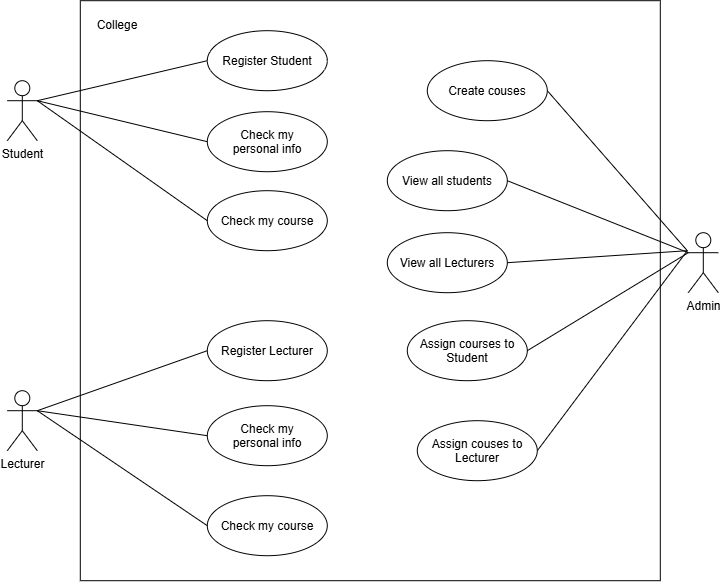
Earlier version of the draw.io export week5/activity1/UD.png (osy0602/pse). Source tidied: cells renumbered, new cells last; positions are measured from the earlier drawing's top-left corner, leaving out a move shared by most shapes.
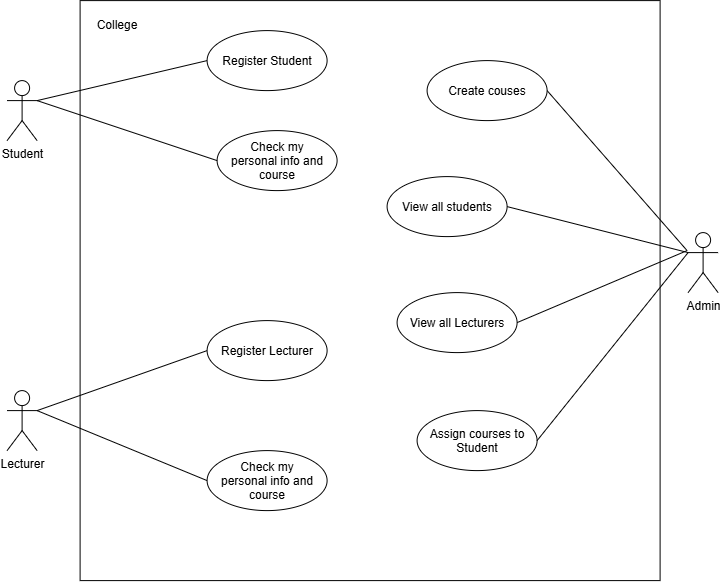
After the commit.

Diff of the diagram source:
```diff
@@ -8,18 +8,12 @@
     <mxCell id="3" style="edgeStyle=none;rounded=0;jettySize=auto;html=1;exitX=1;exitY=0.3333333333333333;exitDx=0;exitDy=0;exitPerimeter=0;entryX=0;entryY=0.5;entryDx=0;entryDy=0;endArrow=none;endFill=0;" parent="1" edge="1" source="5" target="13">
       <mxGeometry relative="1" as="geometry" />
     </mxCell>
-    <mxCell id="4" style="edgeStyle=none;rounded=0;jettySize=auto;html=1;exitX=1;exitY=0.3333333333333333;exitDx=0;exitDy=0;exitPerimeter=0;entryX=0;entryY=0.5;entryDx=0;entryDy=0;endArrow=none;endFill=0;" parent="1" edge="1" source="5" target="15">
-      <mxGeometry relative="1" as="geometry" />
-    </mxCell>
     <mxCell id="5" value="Student" style="shape=umlActor;verticalLabelPosition=bottom;verticalAlign=top;html=1;outlineConnect=0;" parent="1" vertex="1">
       <mxGeometry y="80" width="30" height="60" as="geometry" />
     </mxCell>
     <mxCell id="6" style="edgeStyle=none;rounded=0;jettySize=auto;html=1;exitX=1;exitY=0.3333333333333333;exitDx=0;exitDy=0;exitPerimeter=0;entryX=0;entryY=0.5;entryDx=0;entryDy=0;endArrow=none;endFill=0;" parent="1" edge="1" source="9" target="14">
       <mxGeometry relative="1" as="geometry" />
     </mxCell>
-    <mxCell id="7" style="edgeStyle=none;rounded=0;jettySize=auto;html=1;exitX=1;exitY=0.3333333333333333;exitDx=0;exitDy=0;exitPerimeter=0;entryX=0;entryY=0.5;entryDx=0;entryDy=0;endArrow=none;endFill=0;" parent="1" edge="1" source="9" target="16">
-      <mxGeometry relative="1" as="geometry" />
-    </mxCell>
     <mxCell id="8" style="edgeStyle=none;rounded=0;jettySize=auto;html=1;exitX=1;exitY=0.3333333333333333;exitDx=0;exitDy=0;exitPerimeter=0;entryX=0;entryY=0.5;entryDx=0;entryDy=0;endArrow=none;endFill=0;" parent="1" edge="1" source="9" target="23">
       <mxGeometry relative="1" as="geometry" />
     </mxCell>
@@ -41,34 +35,20 @@
     <mxCell id="14" value="Register Lecturer" style="ellipse;whiteSpace=wrap;html=1;shapeInside=1;" parent="1" vertex="1">
       <mxGeometry x="200" y="320" width="120" height="60" as="geometry" />
     </mxCell>
-    <mxCell id="15" value="Check my personal info" style="ellipse;whiteSpace=wrap;html=1;shapeInside=1;" parent="1" vertex="1">
-      <mxGeometry x="200" y="111" width="120" height="60" as="geometry" />
-    </mxCell>
-    <mxCell id="16" value="Check my personal info" style="ellipse;whiteSpace=wrap;html=1;shapeInside=1;" parent="1" vertex="1">
-      <mxGeometry x="200" y="405" width="120" height="60" as="geometry" />
-    </mxCell>
-    <mxCell id="17" value="Check my course" style="ellipse;whiteSpace=wrap;html=1;shapeInside=1;" parent="1" vertex="1">
-      <mxGeometry x="200" y="190" width="120" height="60" as="geometry" />
+    <mxCell id="17" value="Check my personal info and course" style="ellipse;whiteSpace=wrap;html=1;shapeInside=1;" parent="1" vertex="1">
+      <mxGeometry x="210" y="130" width="120" height="60" as="geometry" />
     </mxCell>
     <mxCell id="18" value="Assign courses to Student" style="ellipse;whiteSpace=wrap;html=1;shapeInside=1;" parent="1" vertex="1">
-      <mxGeometry x="400" y="320" width="120" height="60" as="geometry" />
+      <mxGeometry x="410" y="410" width="120" height="60" as="geometry" />
     </mxCell>
-    <mxCell id="19" style="rounded=0;jettySize=auto;html=1;exitX=1;exitY=0.5;exitDx=0;exitDy=0;endArrow=none;endFill=0;" parent="1" edge="1" source="20">
-      <mxGeometry relative="1" as="geometry">
-        <mxPoint x="680" y="250" as="targetPoint" />
-      </mxGeometry>
-    </mxCell>
-    <mxCell id="20" value="Assign couses to Lecturer" style="ellipse;whiteSpace=wrap;html=1;shapeInside=1;" parent="1" vertex="1">
-      <mxGeometry x="410" y="420" width="120" height="60" as="geometry" />
-    </mxCell>
     <mxCell id="21" style="rounded=0;jettySize=auto;html=1;exitX=1;exitY=0.5;exitDx=0;exitDy=0;entryX=0;entryY=0.3333333333333333;entryDx=0;entryDy=0;entryPerimeter=0;endArrow=none;endFill=0;" parent="1" edge="1" source="18" target="11">
       <mxGeometry relative="1" as="geometry" />
     </mxCell>
     <mxCell id="22" style="edgeStyle=none;rounded=0;jettySize=auto;html=1;exitX=0;exitY=0.5;exitDx=0;exitDy=0;entryX=1;entryY=0.3333333333333333;entryDx=0;entryDy=0;entryPerimeter=0;endArrow=none;endFill=0;" parent="1" edge="1" source="17" target="5">
       <mxGeometry relative="1" as="geometry" />
     </mxCell>
-    <mxCell id="23" value="Check my course" style="ellipse;whiteSpace=wrap;html=1;shapeInside=1;" parent="1" vertex="1">
-      <mxGeometry x="200" y="495" width="120" height="60" as="geometry" />
+    <mxCell id="23" value="Check my personal info and course" style="ellipse;whiteSpace=wrap;html=1;shapeInside=1;" parent="1" vertex="1">
+      <mxGeometry x="200" y="450" width="120" height="60" as="geometry" />
     </mxCell>
     <mxCell id="24" style="edgeStyle=none;rounded=0;jettySize=auto;html=1;exitX=1;exitY=0.5;exitDx=0;exitDy=0;endArrow=none;endFill=0;" parent="1" edge="1" source="25">
       <mxGeometry relative="1" as="geometry">
@@ -79,7 +59,7 @@
       <mxGeometry x="420" y="60" width="120" height="60" as="geometry" />
     </mxCell>
     <mxCell id="26" value="View all students" style="ellipse;whiteSpace=wrap;html=1;shapeInside=1;" parent="1" vertex="1">
-      <mxGeometry x="380" y="150" width="120" height="60" as="geometry" />
+      <mxGeometry x="380" y="176" width="120" height="60" as="geometry" />
     </mxCell>
     <mxCell id="27" style="edgeStyle=none;rounded=0;jettySize=auto;html=1;exitX=1;exitY=0.5;exitDx=0;exitDy=0;endArrow=none;endFill=0;" parent="1" edge="1" source="28">
       <mxGeometry relative="1" as="geometry">
@@ -87,7 +67,7 @@
       </mxGeometry>
     </mxCell>
     <mxCell id="28" value="View all Lecturers" style="ellipse;whiteSpace=wrap;html=1;shapeInside=1;" parent="1" vertex="1">
-      <mxGeometry x="380" y="232" width="120" height="60" as="geometry" />
+      <mxGeometry x="390" y="292" width="120" height="60" as="geometry" />
     </mxCell>
   </root>
 </mxGraphModel>
```
